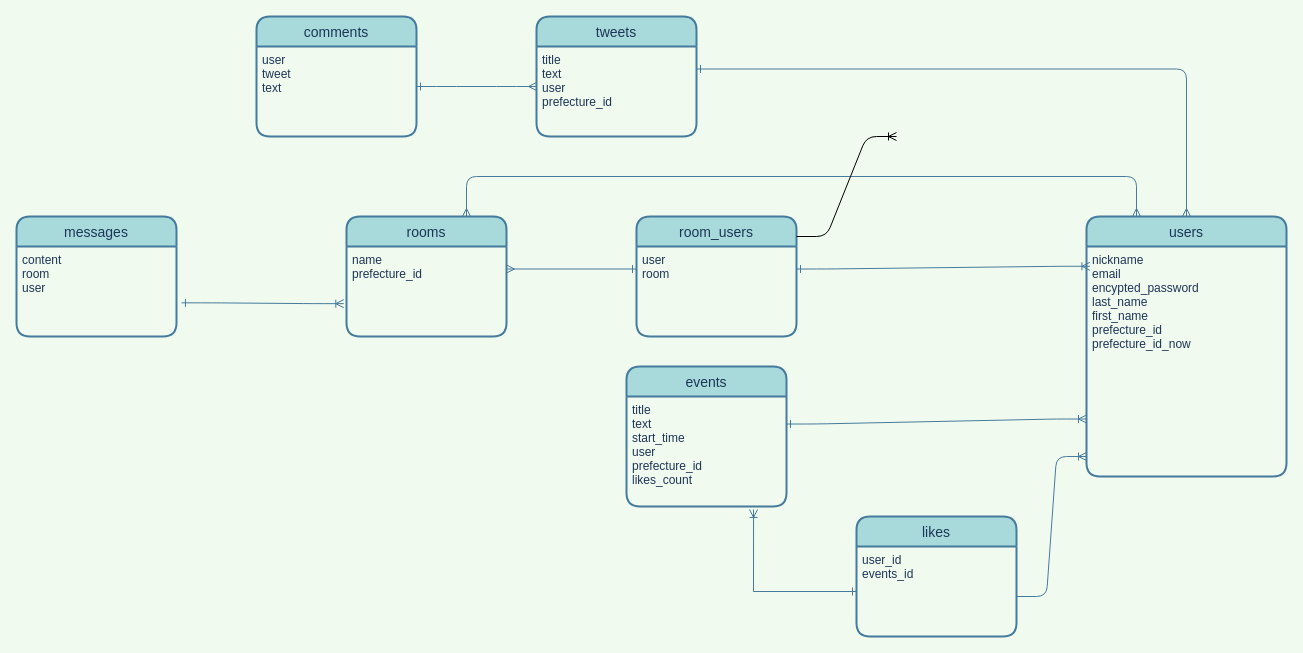
Above: ER.dio in atumaru/second-house (draw.io), before the change. Source tidied: cells renumbered, new cells numbered last; positions are measured from the earlier drawing's top-left corner, leaving out a move shared by most shapes. Both pictures are drawn from the tidied source at 100%, with x=0, y=0 at pixel (16, 16).
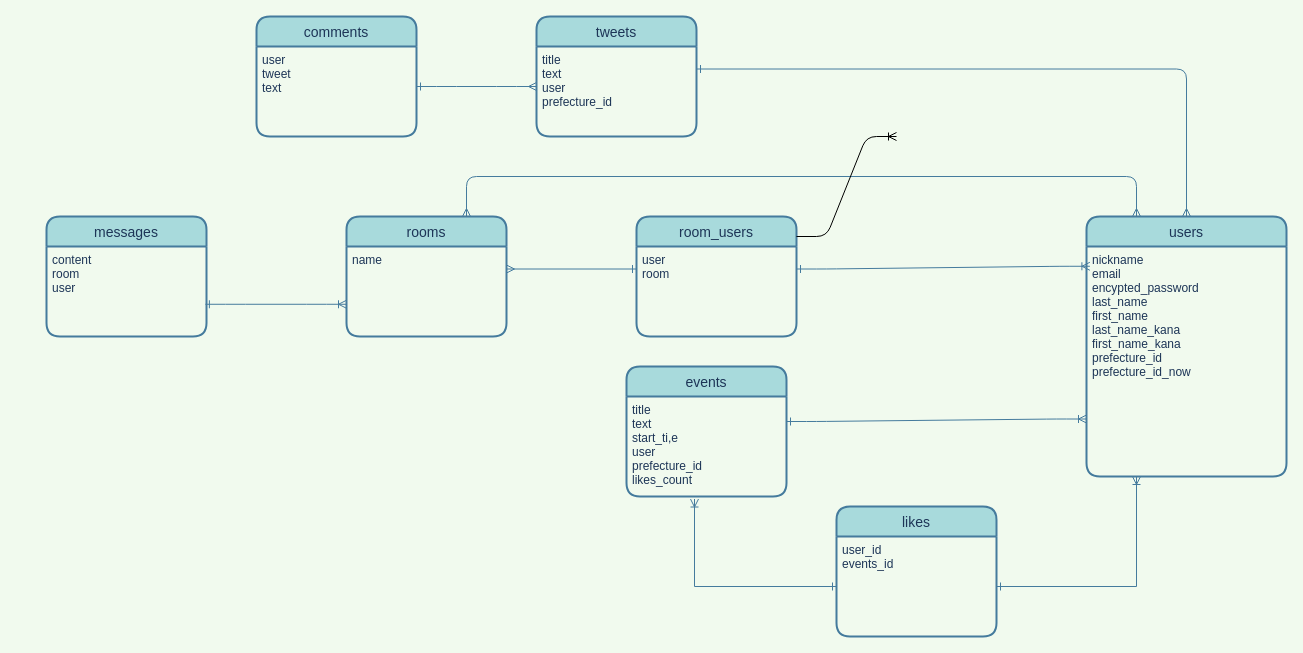
The same page after the edit.

The change refers to these unchanged cells:
```xml
<mxCell id="4" value="users" style="swimlane;horizontal=1;startSize=30;fontSize=14;fontStyle=0;strokeWidth=2;shadow=0;dashed=0;align=center;rounded=1;fillColor=#A8DADC;strokeColor=#457B9D;fontColor=#1D3557;" parent="1" vertex="1">
  <mxGeometry x="1070" y="200" width="200" height="260" as="geometry" />
</mxCell>
<mxCell id="9" value="rooms" style="swimlane;horizontal=1;startSize=30;fontSize=14;fontStyle=0;strokeWidth=2;shadow=0;dashed=0;align=center;rounded=1;fillColor=#A8DADC;strokeColor=#457B9D;fontColor=#1D3557;" parent="1" vertex="1">
  <mxGeometry x="330" y="200" width="160" height="120" as="geometry" />
</mxCell>
<mxCell id="14" value="content&#10;room&#10;user" style="align=left;strokeColor=none;fillColor=none;spacingLeft=4;fontSize=12;verticalAlign=top;rounded=1;fontColor=#1D3557;" parent="13" vertex="1">
  <mxGeometry y="30" width="160" height="90" as="geometry" />
</mxCell>
```

The edit, as a diff of the source:
```diff
@@
-    <mxCell id="5" value="nickname&#10;email&#10;encypted_password&#10;last_name&#10;first_name&#10;prefecture_id&#10;prefecture_id_now&#10;" style="align=left;strokeColor=none;fillColor=none;spacingLeft=4;fontSize=12;verticalAlign=top;rounded=1;fontColor=#1D3557;" parent="4" vertex="1">
+    <mxCell id="5" value="nickname&#10;email&#10;encypted_password&#10;last_name&#10;first_name&#10;last_name_kana&#10;first_name_kana&#10;prefecture_id&#10;prefecture_id_now&#10;" style="align=left;strokeColor=none;fillColor=none;spacingLeft=4;fontSize=12;verticalAlign=top;rounded=1;fontColor=#1D3557;" parent="4" vertex="1">
       <mxGeometry y="30" width="200" height="230" as="geometry" />
     </mxCell>
@@
-    <mxCell id="10" value="name&#10;prefecture_id" style="align=left;strokeColor=none;fillColor=none;spacingLeft=4;fontSize=12;verticalAlign=top;rounded=1;fontColor=#1D3557;" parent="9" vertex="1">
+    <mxCell id="10" value="name" style="align=left;strokeColor=none;fillColor=none;spacingLeft=4;fontSize=12;verticalAlign=top;rounded=1;fontColor=#1D3557;" parent="9" vertex="1">
       <mxGeometry y="30" width="160" height="90" as="geometry" />
     </mxCell>
     <mxCell id="11" value="events" style="swimlane;horizontal=1;startSize=30;fontSize=14;fontStyle=0;strokeWidth=2;shadow=0;dashed=0;align=center;rounded=1;fillColor=#A8DADC;strokeColor=#457B9D;fontColor=#1D3557;" parent="1" vertex="1">
-      <mxGeometry x="610" y="350" width="160" height="140" as="geometry" />
+      <mxGeometry x="610" y="350" width="160" height="130" as="geometry" />
     </mxCell>
-    <mxCell id="12" value="title&#10;text&#10;start_time&#10;user&#10;prefecture_id&#10;likes_count" style="align=left;strokeColor=none;fillColor=none;spacingLeft=4;fontSize=12;verticalAlign=top;rounded=1;fontColor=#1D3557;" parent="11" vertex="1">
-      <mxGeometry y="30" width="160" height="110" as="geometry" />
+    <mxCell id="12" value="title&#10;text&#10;start_ti,e&#10;user&#10;prefecture_id&#10;likes_count" style="align=left;strokeColor=none;fillColor=none;spacingLeft=4;fontSize=12;verticalAlign=top;rounded=1;fontColor=#1D3557;" parent="11" vertex="1">
+      <mxGeometry y="30" width="160" height="100" as="geometry" />
     </mxCell>
     <mxCell id="13" value="messages" style="swimlane;horizontal=1;startSize=30;fontSize=14;fontStyle=0;strokeWidth=2;shadow=0;dashed=0;align=center;rounded=1;fillColor=#A8DADC;strokeColor=#457B9D;fontColor=#1D3557;" parent="1" vertex="1">
-      <mxGeometry y="200" width="160" height="120" as="geometry" />
+      <mxGeometry x="30" y="200" width="160" height="120" as="geometry" />
     </mxCell>
@@
-    <mxCell id="18" style="edgeStyle=entityRelationEdgeStyle;fontSize=12;html=1;endArrow=ERoneToMany;entryX=-0.017;entryY=0.635;entryDx=0;entryDy=0;exitX=1.031;exitY=0.626;exitDx=0;exitDy=0;exitPerimeter=0;startArrow=ERone;startFill=0;labelBackgroundColor=#F1FAEE;strokeColor=#457B9D;fontColor=#1D3557;entryPerimeter=0;" parent="1" edge="1" source="14" target="10">
+    <mxCell id="18" style="edgeStyle=entityRelationEdgeStyle;fontSize=12;html=1;endArrow=ERoneToMany;entryX=0;entryY=0.642;entryDx=0;entryDy=0;exitX=0.993;exitY=0.642;exitDx=0;exitDy=0;exitPerimeter=0;startArrow=ERone;startFill=0;labelBackgroundColor=#F1FAEE;strokeColor=#457B9D;fontColor=#1D3557;entryPerimeter=0;" parent="1" edge="1" source="14" target="10">
       <mxGeometry relative="1" as="geometry" />
     </mxCell>
@@
+    <mxCell id="25" style="edgeStyle=entityRelationEdgeStyle;fontSize=12;html=1;endArrow=ERoneToMany;" parent="1" edge="1">
+      <mxGeometry relative="1" as="geometry">
+        <mxPoint x="780" y="220" as="sourcePoint" />
+        <mxPoint x="880" y="120" as="targetPoint" />
+      </mxGeometry>
+    </mxCell>
+    <mxCell id="27" style="edgeStyle=orthogonalEdgeStyle;rounded=0;jettySize=auto;html=1;strokeColor=#457B9D;startArrow=ERone;startFill=0;endArrow=ERoneToMany;endFill=0;entryX=0.794;entryY=1.027;entryDx=0;entryDy=0;entryPerimeter=0;" parent="1" edge="1" target="12">
+      <mxGeometry relative="1" as="geometry" />
+    </mxCell>
-    <mxCell id="23" value="likes" style="swimlane;horizontal=1;startSize=30;fontSize=14;fontStyle=0;strokeWidth=2;shadow=0;align=center;rounded=1;fillColor=#A8DADC;strokeColor=#457B9D;fontColor=#1D3557;" parent="1" vertex="1">
-      <mxGeometry x="840" y="500" width="160" height="120" as="geometry" />
+    <mxCell id="23" value="likes" style="swimlane;horizontal=1;startSize=30;fontSize=14;fontStyle=0;strokeWidth=2;shadow=0;dashed=0;align=center;rounded=1;fillColor=#A8DADC;strokeColor=#457B9D;fontColor=#1D3557;" parent="1" vertex="1">
+      <mxGeometry x="820" y="490" width="160" height="130" as="geometry" />
     </mxCell>
     <mxCell id="24" value="user_id&#10;events_id" style="align=left;strokeColor=none;fillColor=none;spacingLeft=4;fontSize=12;verticalAlign=top;rounded=1;fontColor=#1D3557;" parent="23" vertex="1">
-      <mxGeometry y="30" width="160" height="90" as="geometry" />
+      <mxGeometry y="30" width="160" height="100" as="geometry" />
     </mxCell>
-    <mxCell id="25" style="edgeStyle=entityRelationEdgeStyle;fontSize=12;html=1;endArrow=ERoneToMany;" parent="1" edge="1">
-      <mxGeometry relative="1" as="geometry">
-        <mxPoint x="780" y="220" as="sourcePoint" />
-        <mxPoint x="880" y="120" as="targetPoint" />
-      </mxGeometry>
-    </mxCell>
-    <mxCell id="26" style="edgeStyle=entityRelationEdgeStyle;fontSize=12;html=1;endArrow=ERoneToMany;entryX=0;entryY=0.913;entryDx=0;entryDy=0;entryPerimeter=0;strokeColor=#457B9D;" parent="1" edge="1" target="5">
-      <mxGeometry relative="1" as="geometry">
-        <mxPoint x="1000" y="580" as="sourcePoint" />
-      </mxGeometry>
-    </mxCell>
-    <mxCell id="27" style="edgeStyle=orthogonalEdgeStyle;rounded=0;jettySize=auto;html=1;strokeColor=#457B9D;startArrow=ERone;startFill=0;endArrow=ERoneToMany;endFill=0;entryX=0.794;entryY=1.027;entryDx=0;entryDy=0;entryPerimeter=0;" parent="1" edge="1" source="24" target="12">
-      <mxGeometry relative="1" as="geometry" />
-    </mxCell>
+    <mxCell id="28" style="edgeStyle=orthogonalEdgeStyle;rounded=0;jettySize=auto;html=1;strokeColor=#457B9D;entryX=0.25;entryY=1;entryDx=0;entryDy=0;endArrow=ERoneToMany;endFill=0;startArrow=ERone;startFill=0;" parent="1" edge="1" source="24" target="5">
+      <mxGeometry relative="1" as="geometry" />
+    </mxCell>
+    <mxCell id="29" style="edgeStyle=orthogonalEdgeStyle;rounded=0;jettySize=auto;html=1;entryX=0.425;entryY=1.025;entryDx=0;entryDy=0;entryPerimeter=0;strokeColor=#457B9D;endArrow=ERoneToMany;endFill=0;startArrow=ERone;startFill=0;" parent="1" edge="1" source="24" target="12">
+      <mxGeometry relative="1" as="geometry" />
+    </mxCell>
```
